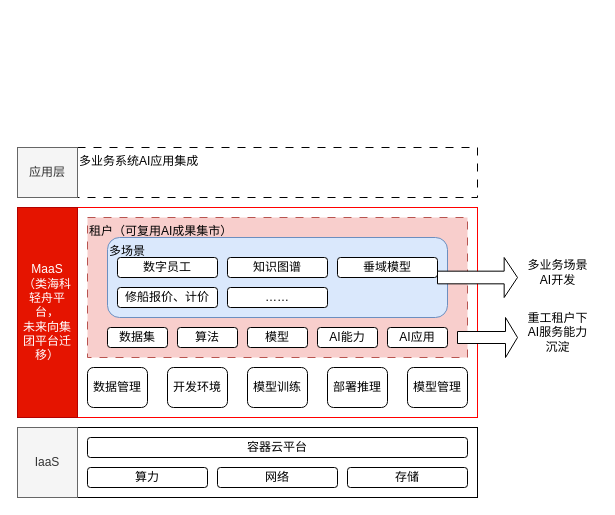
This is page "第 2 页" (2 of 2) of 大语言模型技术架构.drawio from blackdreamzg/bak, a draw.io file, before an edit. Source tidied: cells renumbered, new cells numbered last; positions are measured from the earlier drawing's top-left corner, leaving out a move shared by most shapes. Both pictures are drawn from the tidied source at 100%, with x=0, y=0 at pixel (17, 147).
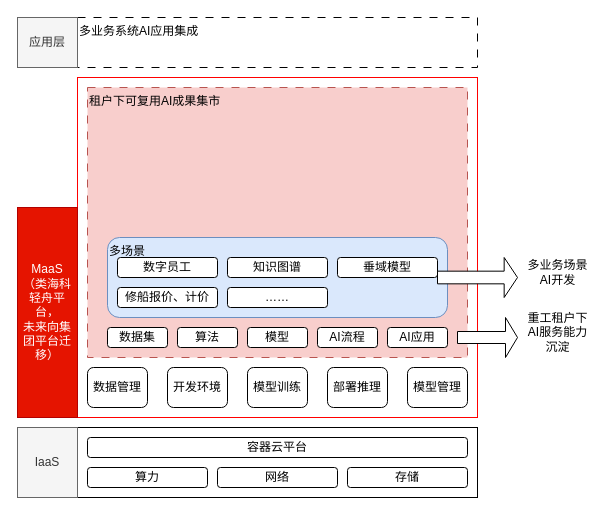
After the change.

Diff of the diagram source:
```diff
@@
     <mxCell id="3" style="rounded=0;whiteSpace=wrap;html=1;strokeColor=#FF0000;" parent="1" vertex="1">
-      <mxGeometry x="60" y="60" width="400" height="210" as="geometry" />
+      <mxGeometry x="60" y="-70" width="400" height="340" as="geometry" />
     </mxCell>
-    <mxCell id="4" value="租户（可复用AI成果集市）" style="rounded=0;whiteSpace=wrap;html=1;dashed=1;dashPattern=8 8;verticalAlign=top;align=left;fillColor=#f8cecc;strokeColor=#b85450;" parent="1" vertex="1">
-      <mxGeometry x="70" y="70" width="380" height="140" as="geometry" />
+    <mxCell id="4" value="租户下可复用AI成果集市" style="rounded=0;whiteSpace=wrap;html=1;dashed=1;dashPattern=8 8;verticalAlign=top;align=left;fillColor=#f8cecc;strokeColor=#b85450;" parent="1" vertex="1">
+      <mxGeometry x="70" y="-60" width="380" height="270" as="geometry" />
     </mxCell>
     <mxCell id="5" value="多业务系统AI应用集成" style="rounded=0;whiteSpace=wrap;html=1;dashed=1;dashPattern=8 8;align=left;verticalAlign=top;" parent="1" vertex="1">
-      <mxGeometry x="60" width="400" height="50" as="geometry" />
+      <mxGeometry x="60" y="-130" width="400" height="50" as="geometry" />
     </mxCell>
@@
-    <mxCell id="20" value="AI能力" style="rounded=1;whiteSpace=wrap;html=1;verticalAlign=middle;" parent="1" vertex="1">
+    <mxCell id="20" value="AI流程" style="rounded=1;whiteSpace=wrap;html=1;verticalAlign=middle;" parent="1" vertex="1">
       <mxGeometry x="300" y="180" width="60" height="20" as="geometry" />
     </mxCell>
@@
     <mxCell id="23" value="应用层" style="rounded=0;whiteSpace=wrap;html=1;fillColor=#f5f5f5;fontColor=#333333;strokeColor=#666666;" parent="1" vertex="1">
-      <mxGeometry width="60" height="50" as="geometry" />
+      <mxGeometry y="-130" width="60" height="50" as="geometry" />
     </mxCell>
```
